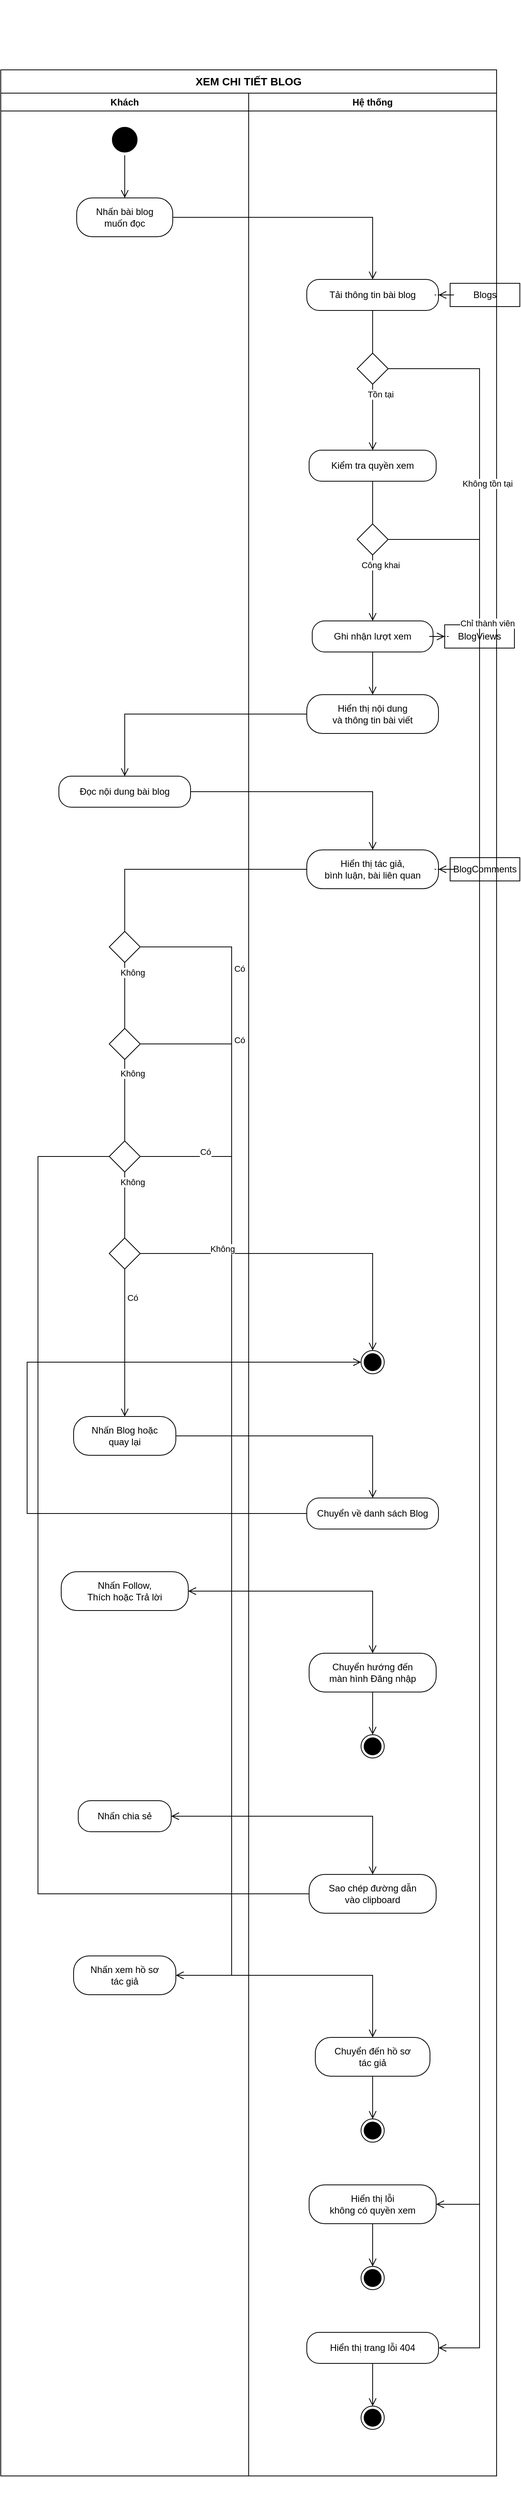
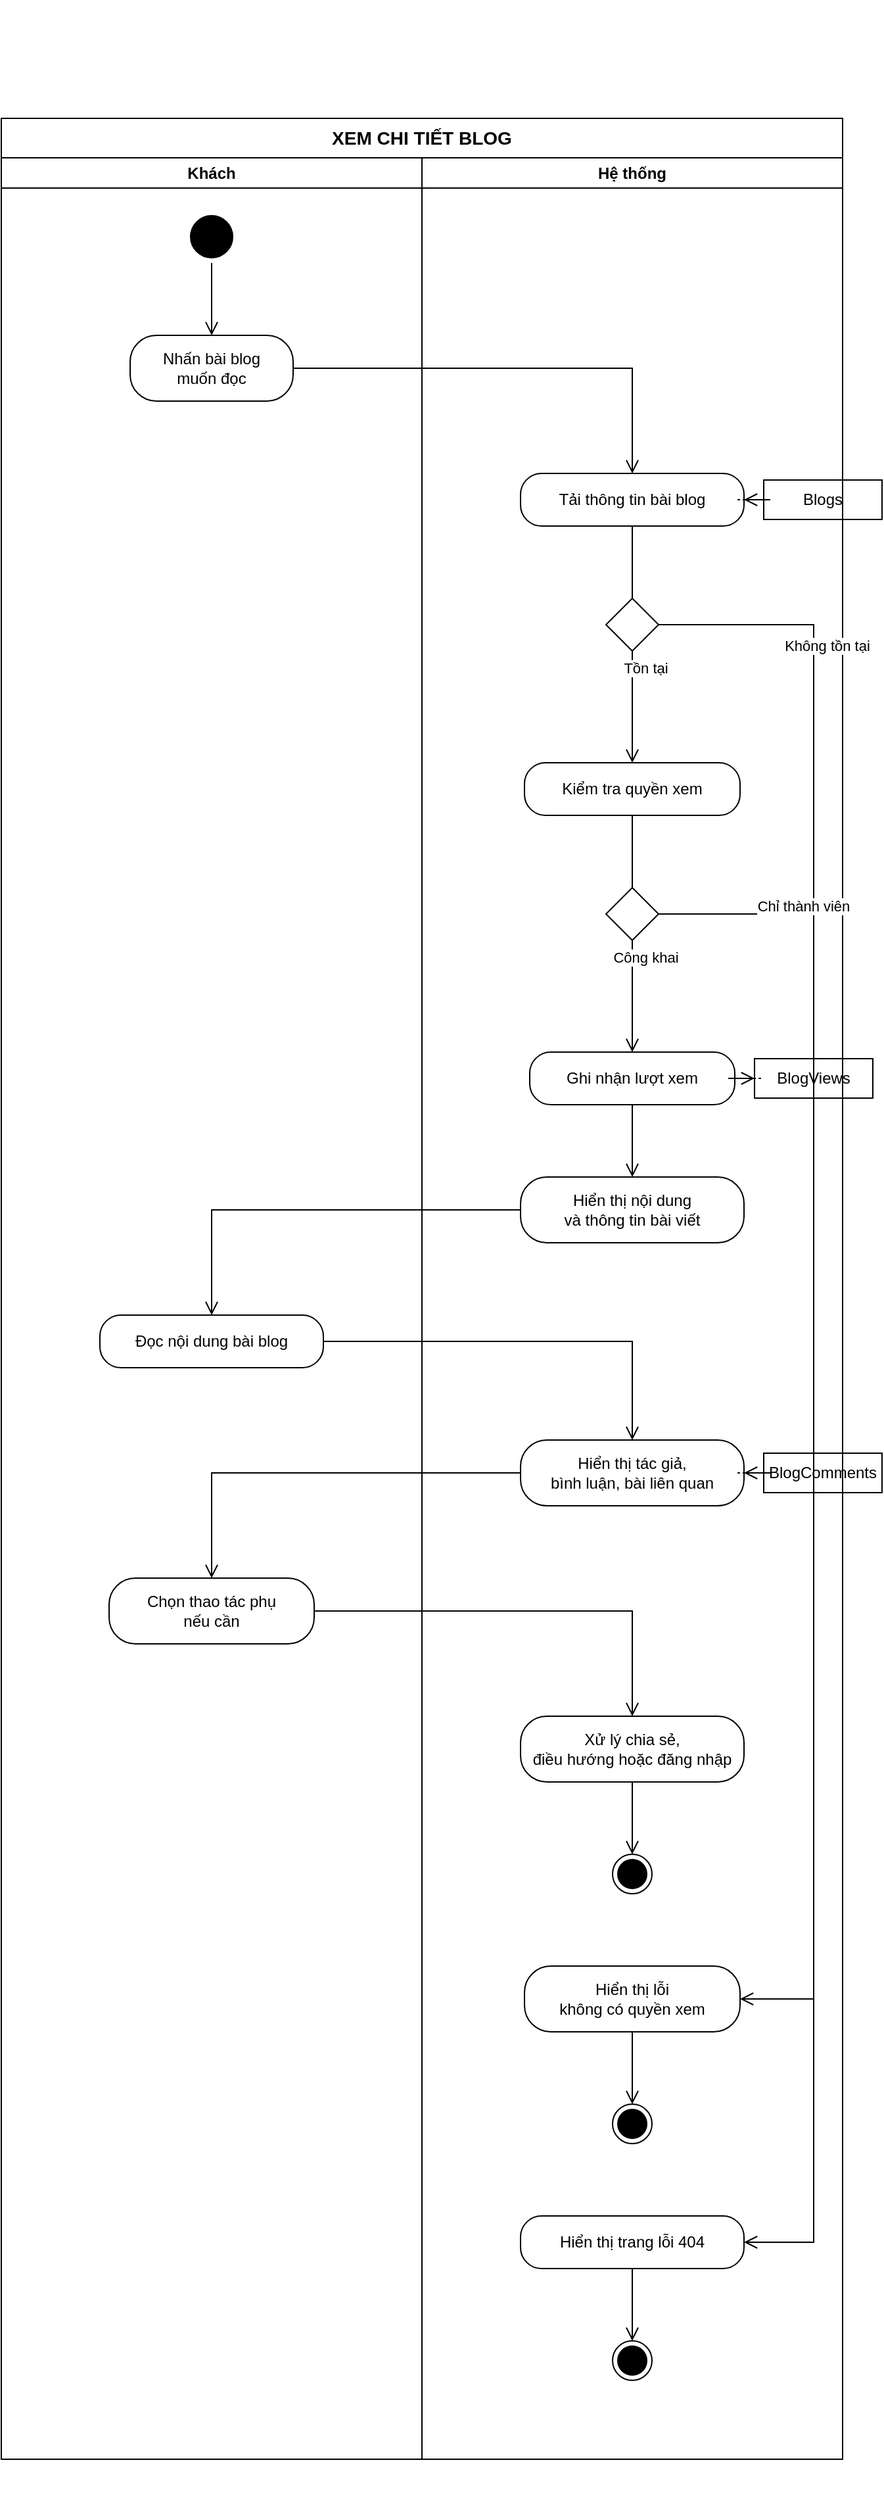
<?xml version="1.0" encoding="UTF-8"?>
<mxfile host="app.diagrams.net">
  <diagram name="Trang-1" id="activity-diagram">
-     <mxGraphModel dx="1557" dy="1018" grid="1" gridSize="10" guides="1" tooltips="1" connect="1" arrows="1" fold="1" page="1" pageScale="1" pageWidth="865" pageHeight="3310" background="#FFFFFF" math="0" shadow="0">
+     <mxGraphModel dx="1557" dy="1018" grid="1" gridSize="10" guides="1" tooltips="1" connect="1" arrows="1" fold="1" page="1" pageScale="1" pageWidth="865" pageHeight="1990" background="#FFFFFF" math="0" shadow="0">
      <root>
        <mxCell id="0" />
        <mxCell id="1" parent="0" />
-         <mxCell id="2" connectable="0" parent="1" style="group" value="" vertex="1"><mxGeometry x="105" y="30" width="640" height="3220" as="geometry"></mxGeometry></mxCell>
+         <mxCell id="2" connectable="0" parent="1" style="group" value="" vertex="1"><mxGeometry x="105" y="30" width="640" height="1900" as="geometry"></mxGeometry></mxCell>
        <mxCell id="3" parent="1" style="rounded=0;whiteSpace=wrap;html=1;fillColor=none;fontStyle=1;fontSize=14;" value="XEM CHI TIẾT BLOG" vertex="1"><mxGeometry x="105" y="120" width="640" height="30" as="geometry"></mxGeometry></mxCell>
-         <mxCell id="4" parent="2" style="swimlane;whiteSpace=wrap;html=1;fillColor=none;" value="Khách" vertex="1"><mxGeometry x="0" y="120" width="320" height="3070" as="geometry"></mxGeometry></mxCell>
-         <mxCell id="5" parent="2" style="swimlane;whiteSpace=wrap;html=1;fillColor=none;" value="Hệ thống" vertex="1"><mxGeometry x="320" y="120" width="320" height="3070" as="geometry"></mxGeometry></mxCell>
+         <mxCell id="4" parent="2" style="swimlane;whiteSpace=wrap;html=1;fillColor=none;" value="Khách" vertex="1"><mxGeometry x="0" y="120" width="320" height="1750" as="geometry"></mxGeometry></mxCell>
+         <mxCell id="5" parent="2" style="swimlane;whiteSpace=wrap;html=1;fillColor=none;" value="Hệ thống" vertex="1"><mxGeometry x="320" y="120" width="320" height="1750" as="geometry"></mxGeometry></mxCell>
        <mxCell id="6" parent="4" style="ellipse;html=1;shape=startState;fillColor=#000000;strokeColor=#000000;" value="" vertex="1"><mxGeometry x="140" y="40" width="40" height="40" as="geometry"></mxGeometry></mxCell>
        <mxCell id="7" parent="4" style="rounded=1;whiteSpace=wrap;html=1;arcSize=40;fillColor=none;" value="Nhấn bài blog&lt;div&gt;muốn đọc&lt;/div&gt;" vertex="1"><mxGeometry x="98" y="135" width="124" height="50" as="geometry"></mxGeometry></mxCell>
        <mxCell id="8" parent="5" style="rounded=1;whiteSpace=wrap;html=1;arcSize=40;fillColor=none;" value="Tải thông tin bài blog" vertex="1"><mxGeometry x="75" y="240" width="170" height="40" as="geometry"></mxGeometry></mxCell>
        <mxCell id="9" parent="5" style="rhombus;whiteSpace=wrap;html=1;fillColor=none;" value="" vertex="1"><mxGeometry x="140" y="335" width="40" height="40" as="geometry"></mxGeometry></mxCell>
-         <mxCell id="10" parent="5" style="rounded=1;whiteSpace=wrap;html=1;arcSize=40;fillColor=none;" value="Hiển thị trang lỗi 404" vertex="1"><mxGeometry x="75" y="2885" width="170" height="40" as="geometry"></mxGeometry></mxCell>
-         <mxCell id="11" parent="5" style="ellipse;html=1;shape=endState;fillColor=#000000;" value="" vertex="1"><mxGeometry x="145" y="2980" width="30" height="30" as="geometry"></mxGeometry></mxCell>
+         <mxCell id="10" parent="5" style="rounded=1;whiteSpace=wrap;html=1;arcSize=40;fillColor=none;" value="Hiển thị trang lỗi 404" vertex="1"><mxGeometry x="75" y="1565" width="170" height="40" as="geometry"></mxGeometry></mxCell>
+         <mxCell id="11" parent="5" style="ellipse;html=1;shape=endState;fillColor=#000000;" value="" vertex="1"><mxGeometry x="145" y="1660" width="30" height="30" as="geometry"></mxGeometry></mxCell>
        <mxCell id="12" parent="5" style="rounded=1;whiteSpace=wrap;html=1;arcSize=40;fillColor=none;" value="Kiểm tra quyền xem" vertex="1"><mxGeometry x="78" y="460" width="164" height="40" as="geometry"></mxGeometry></mxCell>
        <mxCell id="13" parent="5" style="rhombus;whiteSpace=wrap;html=1;fillColor=none;" value="" vertex="1"><mxGeometry x="140" y="555" width="40" height="40" as="geometry"></mxGeometry></mxCell>
-         <mxCell id="14" parent="5" style="rounded=1;whiteSpace=wrap;html=1;arcSize=40;fillColor=none;" value="Hiển thị lỗi&lt;div&gt;không có quyền xem&lt;/div&gt;" vertex="1"><mxGeometry x="78" y="2695" width="164" height="50" as="geometry"></mxGeometry></mxCell>
-         <mxCell id="15" parent="5" style="ellipse;html=1;shape=endState;fillColor=#000000;" value="" vertex="1"><mxGeometry x="145" y="2800" width="30" height="30" as="geometry"></mxGeometry></mxCell>
+         <mxCell id="14" parent="5" style="rounded=1;whiteSpace=wrap;html=1;arcSize=40;fillColor=none;" value="Hiển thị lỗi&lt;div&gt;không có quyền xem&lt;/div&gt;" vertex="1"><mxGeometry x="78" y="1375" width="164" height="50" as="geometry"></mxGeometry></mxCell>
+         <mxCell id="15" parent="5" style="ellipse;html=1;shape=endState;fillColor=#000000;" value="" vertex="1"><mxGeometry x="145" y="1480" width="30" height="30" as="geometry"></mxGeometry></mxCell>
        <mxCell id="16" parent="5" style="rounded=1;whiteSpace=wrap;html=1;arcSize=40;fillColor=none;" value="Ghi nhận lượt xem" vertex="1"><mxGeometry x="82" y="680" width="156" height="40" as="geometry"></mxGeometry></mxCell>
        <mxCell id="17" parent="5" style="rounded=1;whiteSpace=wrap;html=1;arcSize=40;fillColor=none;" value="Hiển thị nội dung&lt;div&gt;và thông tin bài viết&lt;/div&gt;" vertex="1"><mxGeometry x="75" y="775" width="170" height="50" as="geometry"></mxGeometry></mxCell>
        <mxCell id="18" parent="4" style="rounded=1;whiteSpace=wrap;html=1;arcSize=40;fillColor=none;" value="Đọc nội dung bài blog" vertex="1"><mxGeometry x="75" y="880" width="170" height="40" as="geometry"></mxGeometry></mxCell>
        <mxCell id="19" parent="5" style="rounded=1;whiteSpace=wrap;html=1;arcSize=40;fillColor=none;" value="Hiển thị tác giả,&lt;div&gt;bình luận, bài liên quan&lt;/div&gt;" vertex="1"><mxGeometry x="75" y="975" width="170" height="50" as="geometry"></mxGeometry></mxCell>
-         <mxCell id="20" parent="4" style="rhombus;whiteSpace=wrap;html=1;fillColor=none;" value="" vertex="1"><mxGeometry x="140" y="1080" width="40" height="40" as="geometry"></mxGeometry></mxCell>
-         <mxCell id="21" parent="4" style="rounded=1;whiteSpace=wrap;html=1;arcSize=40;fillColor=none;" value="Nhấn xem hồ sơ&lt;div&gt;tác giả&lt;/div&gt;" vertex="1"><mxGeometry x="94" y="2400" width="132" height="50" as="geometry"></mxGeometry></mxCell>
-         <mxCell id="22" parent="5" style="rounded=1;whiteSpace=wrap;html=1;arcSize=40;fillColor=none;" value="Chuyển đến hồ sơ&lt;div&gt;tác giả&lt;/div&gt;" vertex="1"><mxGeometry x="86" y="2505" width="148" height="50" as="geometry"></mxGeometry></mxCell>
-         <mxCell id="23" parent="5" style="ellipse;html=1;shape=endState;fillColor=#000000;" value="" vertex="1"><mxGeometry x="145" y="2610" width="30" height="30" as="geometry"></mxGeometry></mxCell>
-         <mxCell id="24" parent="4" style="rhombus;whiteSpace=wrap;html=1;fillColor=none;" value="" vertex="1"><mxGeometry x="140" y="1205" width="40" height="40" as="geometry"></mxGeometry></mxCell>
-         <mxCell id="25" parent="4" style="rounded=1;whiteSpace=wrap;html=1;arcSize=40;fillColor=none;" value="Nhấn chia sẻ" vertex="1"><mxGeometry x="100" y="2200" width="120" height="40" as="geometry"></mxGeometry></mxCell>
-         <mxCell id="26" parent="5" style="rounded=1;whiteSpace=wrap;html=1;arcSize=40;fillColor=none;" value="Sao chép đường dẫn&lt;div&gt;vào clipboard&lt;/div&gt;" vertex="1"><mxGeometry x="78" y="2295" width="164" height="50" as="geometry"></mxGeometry></mxCell>
-         <mxCell id="27" parent="4" style="rhombus;whiteSpace=wrap;html=1;fillColor=none;" value="" vertex="1"><mxGeometry x="140" y="1350" width="40" height="40" as="geometry"></mxGeometry></mxCell>
-         <mxCell id="28" parent="4" style="rounded=1;whiteSpace=wrap;html=1;arcSize=40;fillColor=none;" value="Nhấn Follow,&lt;div&gt;Thích hoặc Trả lời&lt;/div&gt;" vertex="1"><mxGeometry x="78" y="1905" width="164" height="50" as="geometry"></mxGeometry></mxCell>
-         <mxCell id="29" parent="5" style="rounded=1;whiteSpace=wrap;html=1;arcSize=40;fillColor=none;" value="Chuyển hướng đến&lt;div&gt;màn hình Đăng nhập&lt;/div&gt;" vertex="1"><mxGeometry x="78" y="2010" width="164" height="50" as="geometry"></mxGeometry></mxCell>
-         <mxCell id="30" parent="5" style="ellipse;html=1;shape=endState;fillColor=#000000;" value="" vertex="1"><mxGeometry x="145" y="2115" width="30" height="30" as="geometry"></mxGeometry></mxCell>
-         <mxCell id="31" parent="4" style="rhombus;whiteSpace=wrap;html=1;fillColor=none;" value="" vertex="1"><mxGeometry x="140" y="1475" width="40" height="40" as="geometry"></mxGeometry></mxCell>
-         <mxCell id="32" parent="4" style="rounded=1;whiteSpace=wrap;html=1;arcSize=40;fillColor=none;" value="Nhấn Blog hoặc&lt;div&gt;quay lại&lt;/div&gt;" vertex="1"><mxGeometry x="94" y="1705" width="132" height="50" as="geometry"></mxGeometry></mxCell>
-         <mxCell id="33" parent="5" style="rounded=1;whiteSpace=wrap;html=1;arcSize=40;fillColor=none;" value="Chuyển về danh sách Blog" vertex="1"><mxGeometry x="75" y="1810" width="170" height="40" as="geometry"></mxGeometry></mxCell>
-         <mxCell id="34" parent="5" style="ellipse;html=1;shape=endState;fillColor=#000000;" value="" vertex="1"><mxGeometry x="145" y="1620" width="30" height="30" as="geometry"></mxGeometry></mxCell>
-         <mxCell id="35" parent="5" style="html=1;whiteSpace=wrap;fillColor=none;" value="Blogs" vertex="1"><mxGeometry x="260" y="245" width="90" height="30" as="geometry"></mxGeometry></mxCell>
-         <mxCell id="36" parent="5" style="html=1;whiteSpace=wrap;fillColor=none;" value="BlogViews" vertex="1"><mxGeometry x="253" y="685" width="90" height="30" as="geometry"></mxGeometry></mxCell>
-         <mxCell id="37" parent="5" style="html=1;whiteSpace=wrap;fillColor=none;" value="BlogComments" vertex="1"><mxGeometry x="260" y="985" width="90" height="30" as="geometry"></mxGeometry></mxCell>
-         <mxCell id="38" parent="4" style="edgeStyle=orthogonalEdgeStyle;rounded=0;orthogonalLoop=1;jettySize=auto;html=1;endArrow=open;endFill=0;endSize=8;" edge="1" source="6" target="7" value=""><mxGeometry relative="1" as="geometry"></mxGeometry></mxCell>
-         <mxCell id="39" parent="2" style="edgeStyle=orthogonalEdgeStyle;rounded=0;orthogonalLoop=1;jettySize=auto;html=1;endArrow=open;endFill=0;endSize=8;" edge="1" source="7" target="8" value=""><mxGeometry relative="1" as="geometry"></mxGeometry></mxCell>
-         <mxCell id="40" parent="5" style="edgeStyle=orthogonalEdgeStyle;rounded=0;orthogonalLoop=1;jettySize=auto;html=1;endArrow=open;endFill=0;endSize=8;dashed=1;" edge="1" source="35" target="8" value=""><mxGeometry relative="1" as="geometry"></mxGeometry></mxCell>
-         <mxCell id="41" parent="5" style="edgeStyle=orthogonalEdgeStyle;rounded=0;orthogonalLoop=1;jettySize=auto;html=1;endArrow=none;endFill=0;endSize=8;" edge="1" source="8" target="9" value=""><mxGeometry relative="1" as="geometry"></mxGeometry></mxCell>
-         <mxCell id="42" parent="5" style="edgeStyle=orthogonalEdgeStyle;rounded=0;orthogonalLoop=1;jettySize=auto;html=1;endArrow=open;endFill=0;endSize=8;" edge="1" source="9" target="12" value=""><mxGeometry relative="1" as="geometry"></mxGeometry></mxCell>
-         <mxCell id="43" connectable="0" parent="42" style="edgeLabel;html=1;align=center;verticalAlign=middle;resizable=0;points=[];" value="Tồn tại" vertex="1"><mxGeometry relative="1" x="-0.55" as="geometry"><mxPoint x="10" y="-6" as="offset" /></mxGeometry></mxCell>
-         <mxCell id="44" parent="2" style="edgeStyle=orthogonalEdgeStyle;rounded=0;orthogonalLoop=1;jettySize=auto;html=1;endArrow=open;endFill=0;endSize=8;exitX=1;exitY=0.5;exitDx=0;exitDy=0;entryX=1;entryY=0.5;entryDx=0;entryDy=0;" edge="1" source="9" target="10" value=""><mxGeometry relative="1" as="geometry"><Array as="points"><mxPoint x="618" y="475" /><mxPoint x="618" y="3025" /></Array></mxGeometry></mxCell>
-         <mxCell id="45" connectable="0" parent="44" style="edgeLabel;html=1;align=center;verticalAlign=middle;resizable=0;points=[];" value="Không tồn tại" vertex="1"><mxGeometry relative="1" x="-0.8" as="geometry"><mxPoint x="10" y="-6" as="offset" /></mxGeometry></mxCell>
-         <mxCell id="46" parent="5" style="edgeStyle=orthogonalEdgeStyle;rounded=0;orthogonalLoop=1;jettySize=auto;html=1;endArrow=open;endFill=0;endSize=8;" edge="1" source="10" target="11" value=""><mxGeometry relative="1" as="geometry"></mxGeometry></mxCell>
-         <mxCell id="47" parent="5" style="edgeStyle=orthogonalEdgeStyle;rounded=0;orthogonalLoop=1;jettySize=auto;html=1;endArrow=none;endFill=0;endSize=8;" edge="1" source="12" target="13" value=""><mxGeometry relative="1" as="geometry"></mxGeometry></mxCell>
-         <mxCell id="48" parent="5" style="edgeStyle=orthogonalEdgeStyle;rounded=0;orthogonalLoop=1;jettySize=auto;html=1;endArrow=open;endFill=0;endSize=8;" edge="1" source="13" target="16" value=""><mxGeometry relative="1" as="geometry"></mxGeometry></mxCell>
-         <mxCell id="49" connectable="0" parent="48" style="edgeLabel;html=1;align=center;verticalAlign=middle;resizable=0;points=[];" value="Công khai" vertex="1"><mxGeometry relative="1" x="-0.55" as="geometry"><mxPoint x="10" y="-6" as="offset" /></mxGeometry></mxCell>
-         <mxCell id="50" parent="2" style="edgeStyle=orthogonalEdgeStyle;rounded=0;orthogonalLoop=1;jettySize=auto;html=1;endArrow=open;endFill=0;endSize=8;exitX=1;exitY=0.5;exitDx=0;exitDy=0;entryX=1;entryY=0.5;entryDx=0;entryDy=0;" edge="1" source="13" target="14" value=""><mxGeometry relative="1" as="geometry"><Array as="points"><mxPoint x="618" y="695" /><mxPoint x="618" y="2840" /></Array></mxGeometry></mxCell>
-         <mxCell id="51" connectable="0" parent="50" style="edgeLabel;html=1;align=center;verticalAlign=middle;resizable=0;points=[];" value="Chỉ thành viên" vertex="1"><mxGeometry relative="1" x="-0.8" as="geometry"><mxPoint x="10" y="-6" as="offset" /></mxGeometry></mxCell>
-         <mxCell id="52" parent="5" style="edgeStyle=orthogonalEdgeStyle;rounded=0;orthogonalLoop=1;jettySize=auto;html=1;endArrow=open;endFill=0;endSize=8;" edge="1" source="14" target="15" value=""><mxGeometry relative="1" as="geometry"></mxGeometry></mxCell>
-         <mxCell id="53" parent="5" style="edgeStyle=orthogonalEdgeStyle;rounded=0;orthogonalLoop=1;jettySize=auto;html=1;endArrow=open;endFill=0;endSize=8;dashed=1;" edge="1" source="16" target="36" value=""><mxGeometry relative="1" as="geometry"></mxGeometry></mxCell>
-         <mxCell id="54" parent="5" style="edgeStyle=orthogonalEdgeStyle;rounded=0;orthogonalLoop=1;jettySize=auto;html=1;endArrow=open;endFill=0;endSize=8;" edge="1" source="16" target="17" value=""><mxGeometry relative="1" as="geometry"></mxGeometry></mxCell>
-         <mxCell id="55" parent="2" style="edgeStyle=orthogonalEdgeStyle;rounded=0;orthogonalLoop=1;jettySize=auto;html=1;endArrow=open;endFill=0;endSize=8;" edge="1" source="17" target="18" value=""><mxGeometry relative="1" as="geometry"></mxGeometry></mxCell>
-         <mxCell id="56" parent="2" style="edgeStyle=orthogonalEdgeStyle;rounded=0;orthogonalLoop=1;jettySize=auto;html=1;endArrow=open;endFill=0;endSize=8;" edge="1" source="18" target="19" value=""><mxGeometry relative="1" as="geometry"></mxGeometry></mxCell>
-         <mxCell id="57" parent="5" style="edgeStyle=orthogonalEdgeStyle;rounded=0;orthogonalLoop=1;jettySize=auto;html=1;endArrow=open;endFill=0;endSize=8;dashed=1;" edge="1" source="37" target="19" value=""><mxGeometry relative="1" as="geometry"></mxGeometry></mxCell>
-         <mxCell id="58" parent="2" style="edgeStyle=orthogonalEdgeStyle;rounded=0;orthogonalLoop=1;jettySize=auto;html=1;endArrow=none;endFill=0;endSize=8;" edge="1" source="19" target="20" value=""><mxGeometry relative="1" as="geometry"></mxGeometry></mxCell>
-         <mxCell id="59" parent="2" style="edgeStyle=orthogonalEdgeStyle;rounded=0;orthogonalLoop=1;jettySize=auto;html=1;endArrow=open;endFill=0;endSize=8;exitX=1;exitY=0.5;exitDx=0;exitDy=0;entryX=1;entryY=0.5;entryDx=0;entryDy=0;" edge="1" source="20" target="21" value=""><mxGeometry relative="1" as="geometry"><Array as="points"><mxPoint x="298" y="1220" /><mxPoint x="298" y="2545" /></Array></mxGeometry></mxCell>
-         <mxCell id="60" connectable="0" parent="59" style="edgeLabel;html=1;align=center;verticalAlign=middle;resizable=0;points=[];" value="Có" vertex="1"><mxGeometry relative="1" x="-0.8" as="geometry"><mxPoint x="10" y="-6" as="offset" /></mxGeometry></mxCell>
-         <mxCell id="61" parent="4" style="edgeStyle=orthogonalEdgeStyle;rounded=0;orthogonalLoop=1;jettySize=auto;html=1;endArrow=none;endFill=0;endSize=8;" edge="1" source="20" target="24" value=""><mxGeometry relative="1" as="geometry"></mxGeometry></mxCell>
-         <mxCell id="62" connectable="0" parent="61" style="edgeLabel;html=1;align=center;verticalAlign=middle;resizable=0;points=[];" value="Không" vertex="1"><mxGeometry relative="1" x="-0.55" as="geometry"><mxPoint x="10" y="-6" as="offset" /></mxGeometry></mxCell>
-         <mxCell id="63" parent="2" style="edgeStyle=orthogonalEdgeStyle;rounded=0;orthogonalLoop=1;jettySize=auto;html=1;endArrow=open;endFill=0;endSize=8;" edge="1" source="21" target="22" value=""><mxGeometry relative="1" as="geometry"></mxGeometry></mxCell>
-         <mxCell id="64" parent="5" style="edgeStyle=orthogonalEdgeStyle;rounded=0;orthogonalLoop=1;jettySize=auto;html=1;endArrow=open;endFill=0;endSize=8;" edge="1" source="22" target="23" value=""><mxGeometry relative="1" as="geometry"></mxGeometry></mxCell>
-         <mxCell id="65" parent="2" style="edgeStyle=orthogonalEdgeStyle;rounded=0;orthogonalLoop=1;jettySize=auto;html=1;endArrow=open;endFill=0;endSize=8;exitX=1;exitY=0.5;exitDx=0;exitDy=0;entryX=1;entryY=0.5;entryDx=0;entryDy=0;" edge="1" source="24" target="25" value=""><mxGeometry relative="1" as="geometry"><Array as="points"><mxPoint x="298" y="1345" /><mxPoint x="298" y="2340" /></Array></mxGeometry></mxCell>
-         <mxCell id="66" connectable="0" parent="65" style="edgeLabel;html=1;align=center;verticalAlign=middle;resizable=0;points=[];" value="Có" vertex="1"><mxGeometry relative="1" x="-0.8" as="geometry"><mxPoint x="10" y="-6" as="offset" /></mxGeometry></mxCell>
-         <mxCell id="67" parent="4" style="edgeStyle=orthogonalEdgeStyle;rounded=0;orthogonalLoop=1;jettySize=auto;html=1;endArrow=none;endFill=0;endSize=8;" edge="1" source="24" target="27" value=""><mxGeometry relative="1" as="geometry"></mxGeometry></mxCell>
-         <mxCell id="68" connectable="0" parent="67" style="edgeLabel;html=1;align=center;verticalAlign=middle;resizable=0;points=[];" value="Không" vertex="1"><mxGeometry relative="1" x="-0.55" as="geometry"><mxPoint x="10" y="-6" as="offset" /></mxGeometry></mxCell>
-         <mxCell id="69" parent="2" style="edgeStyle=orthogonalEdgeStyle;rounded=0;orthogonalLoop=1;jettySize=auto;html=1;endArrow=open;endFill=0;endSize=8;" edge="1" source="25" target="26" value=""><mxGeometry relative="1" as="geometry"></mxGeometry></mxCell>
-         <mxCell id="70" parent="2" style="edgeStyle=orthogonalEdgeStyle;rounded=0;orthogonalLoop=1;jettySize=auto;html=1;endArrow=none;endFill=0;endSize=8;exitX=0;exitY=0.5;exitDx=0;exitDy=0;entryX=0;entryY=0.5;entryDx=0;entryDy=0;" edge="1" source="26" target="27" value=""><mxGeometry relative="1" as="geometry"><Array as="points"><mxPoint x="48" y="2440" /><mxPoint x="48" y="1490" /></Array></mxGeometry></mxCell>
-         <mxCell id="71" parent="2" style="edgeStyle=orthogonalEdgeStyle;rounded=0;orthogonalLoop=1;jettySize=auto;html=1;endArrow=open;endFill=0;endSize=8;exitX=1;exitY=0.5;exitDx=0;exitDy=0;entryX=1;entryY=0.5;entryDx=0;entryDy=0;" edge="1" source="27" target="28" value=""><mxGeometry relative="1" as="geometry"><Array as="points"><mxPoint x="298" y="1490" /><mxPoint x="298" y="2050" /></Array></mxGeometry></mxCell>
-         <mxCell id="72" connectable="0" parent="71" style="edgeLabel;html=1;align=center;verticalAlign=middle;resizable=0;points=[];" value="Có" vertex="1"><mxGeometry relative="1" x="-0.8" as="geometry"><mxPoint x="10" y="-6" as="offset" /></mxGeometry></mxCell>
-         <mxCell id="73" parent="4" style="edgeStyle=orthogonalEdgeStyle;rounded=0;orthogonalLoop=1;jettySize=auto;html=1;endArrow=none;endFill=0;endSize=8;" edge="1" source="27" target="31" value=""><mxGeometry relative="1" as="geometry"></mxGeometry></mxCell>
-         <mxCell id="74" connectable="0" parent="73" style="edgeLabel;html=1;align=center;verticalAlign=middle;resizable=0;points=[];" value="Không" vertex="1"><mxGeometry relative="1" x="-0.55" as="geometry"><mxPoint x="10" y="-6" as="offset" /></mxGeometry></mxCell>
-         <mxCell id="75" parent="2" style="edgeStyle=orthogonalEdgeStyle;rounded=0;orthogonalLoop=1;jettySize=auto;html=1;endArrow=open;endFill=0;endSize=8;" edge="1" source="28" target="29" value=""><mxGeometry relative="1" as="geometry"></mxGeometry></mxCell>
-         <mxCell id="76" parent="5" style="edgeStyle=orthogonalEdgeStyle;rounded=0;orthogonalLoop=1;jettySize=auto;html=1;endArrow=open;endFill=0;endSize=8;" edge="1" source="29" target="30" value=""><mxGeometry relative="1" as="geometry"></mxGeometry></mxCell>
-         <mxCell id="77" parent="4" style="edgeStyle=orthogonalEdgeStyle;rounded=0;orthogonalLoop=1;jettySize=auto;html=1;endArrow=open;endFill=0;endSize=8;" edge="1" source="31" target="32" value=""><mxGeometry relative="1" as="geometry"></mxGeometry></mxCell>
-         <mxCell id="78" connectable="0" parent="77" style="edgeLabel;html=1;align=center;verticalAlign=middle;resizable=0;points=[];" value="Có" vertex="1"><mxGeometry relative="1" x="-0.55" as="geometry"><mxPoint x="10" y="-6" as="offset" /></mxGeometry></mxCell>
-         <mxCell id="79" parent="2" style="edgeStyle=orthogonalEdgeStyle;rounded=0;orthogonalLoop=1;jettySize=auto;html=1;endArrow=open;endFill=0;endSize=8;" edge="1" source="31" target="34" value=""><mxGeometry relative="1" as="geometry"></mxGeometry></mxCell>
-         <mxCell id="80" connectable="0" parent="79" style="edgeLabel;html=1;align=center;verticalAlign=middle;resizable=0;points=[];" value="Không" vertex="1"><mxGeometry relative="1" x="-0.55" as="geometry"><mxPoint x="10" y="-6" as="offset" /></mxGeometry></mxCell>
-         <mxCell id="81" parent="2" style="edgeStyle=orthogonalEdgeStyle;rounded=0;orthogonalLoop=1;jettySize=auto;html=1;endArrow=open;endFill=0;endSize=8;" edge="1" source="32" target="33" value=""><mxGeometry relative="1" as="geometry"></mxGeometry></mxCell>
-         <mxCell id="82" parent="2" style="edgeStyle=orthogonalEdgeStyle;rounded=0;orthogonalLoop=1;jettySize=auto;html=1;endArrow=open;endFill=0;endSize=8;exitX=0;exitY=0.5;exitDx=0;exitDy=0;entryX=0;entryY=0.5;entryDx=0;entryDy=0;" edge="1" source="33" target="34" value=""><mxGeometry relative="1" as="geometry"><Array as="points"><mxPoint x="34" y="1950" /><mxPoint x="34" y="1755" /></Array></mxGeometry></mxCell>
+         <mxCell id="20" parent="4" style="rounded=1;whiteSpace=wrap;html=1;arcSize=40;fillColor=none;" value="Chọn thao tác phụ&lt;div&gt;nếu cần&lt;/div&gt;" vertex="1"><mxGeometry x="82" y="1080" width="156" height="50" as="geometry"></mxGeometry></mxCell>
+         <mxCell id="21" parent="5" style="rounded=1;whiteSpace=wrap;html=1;arcSize=40;fillColor=none;" value="Xử lý chia sẻ,&lt;div&gt;điều hướng hoặc đăng nhập&lt;/div&gt;" vertex="1"><mxGeometry x="75" y="1185" width="170" height="50" as="geometry"></mxGeometry></mxCell>
+         <mxCell id="22" parent="5" style="ellipse;html=1;shape=endState;fillColor=#000000;" value="" vertex="1"><mxGeometry x="145" y="1290" width="30" height="30" as="geometry"></mxGeometry></mxCell>
+         <mxCell id="23" parent="5" style="html=1;whiteSpace=wrap;fillColor=none;" value="Blogs" vertex="1"><mxGeometry x="260" y="245" width="90" height="30" as="geometry"></mxGeometry></mxCell>
+         <mxCell id="24" parent="5" style="html=1;whiteSpace=wrap;fillColor=none;" value="BlogViews" vertex="1"><mxGeometry x="253" y="685" width="90" height="30" as="geometry"></mxGeometry></mxCell>
+         <mxCell id="25" parent="5" style="html=1;whiteSpace=wrap;fillColor=none;" value="BlogComments" vertex="1"><mxGeometry x="260" y="985" width="90" height="30" as="geometry"></mxGeometry></mxCell>
+         <mxCell id="26" parent="4" style="edgeStyle=orthogonalEdgeStyle;rounded=0;orthogonalLoop=1;jettySize=auto;html=1;endArrow=open;endFill=0;endSize=8;" edge="1" source="6" target="7" value=""><mxGeometry relative="1" as="geometry"></mxGeometry></mxCell>
+         <mxCell id="27" parent="2" style="edgeStyle=orthogonalEdgeStyle;rounded=0;orthogonalLoop=1;jettySize=auto;html=1;endArrow=open;endFill=0;endSize=8;" edge="1" source="7" target="8" value=""><mxGeometry relative="1" as="geometry"></mxGeometry></mxCell>
+         <mxCell id="28" parent="5" style="edgeStyle=orthogonalEdgeStyle;rounded=0;orthogonalLoop=1;jettySize=auto;html=1;endArrow=open;endFill=0;endSize=8;dashed=1;" edge="1" source="23" target="8" value=""><mxGeometry relative="1" as="geometry"></mxGeometry></mxCell>
+         <mxCell id="29" parent="5" style="edgeStyle=orthogonalEdgeStyle;rounded=0;orthogonalLoop=1;jettySize=auto;html=1;endArrow=none;endFill=0;endSize=8;" edge="1" source="8" target="9" value=""><mxGeometry relative="1" as="geometry"></mxGeometry></mxCell>
+         <mxCell id="30" parent="5" style="edgeStyle=orthogonalEdgeStyle;rounded=0;orthogonalLoop=1;jettySize=auto;html=1;endArrow=open;endFill=0;endSize=8;" edge="1" source="9" target="12" value=""><mxGeometry relative="1" as="geometry"></mxGeometry></mxCell>
+         <mxCell id="31" connectable="0" parent="30" style="edgeLabel;html=1;align=center;verticalAlign=middle;resizable=0;points=[];" value="Tồn tại" vertex="1"><mxGeometry relative="1" x="-0.55" as="geometry"><mxPoint x="10" y="-6" as="offset" /></mxGeometry></mxCell>
+         <mxCell id="32" parent="2" style="edgeStyle=orthogonalEdgeStyle;rounded=0;orthogonalLoop=1;jettySize=auto;html=1;endArrow=open;endFill=0;endSize=8;exitX=1;exitY=0.5;exitDx=0;exitDy=0;entryX=1;entryY=0.5;entryDx=0;entryDy=0;" edge="1" source="9" target="10" value=""><mxGeometry relative="1" as="geometry"><Array as="points"><mxPoint x="618" y="475" /><mxPoint x="618" y="1705" /></Array></mxGeometry></mxCell>
+         <mxCell id="33" connectable="0" parent="32" style="edgeLabel;html=1;align=center;verticalAlign=middle;resizable=0;points=[];" value="Không tồn tại" vertex="1"><mxGeometry relative="1" x="-0.8" as="geometry"><mxPoint x="10" y="-6" as="offset" /></mxGeometry></mxCell>
+         <mxCell id="34" parent="5" style="edgeStyle=orthogonalEdgeStyle;rounded=0;orthogonalLoop=1;jettySize=auto;html=1;endArrow=open;endFill=0;endSize=8;" edge="1" source="10" target="11" value=""><mxGeometry relative="1" as="geometry"></mxGeometry></mxCell>
+         <mxCell id="35" parent="5" style="edgeStyle=orthogonalEdgeStyle;rounded=0;orthogonalLoop=1;jettySize=auto;html=1;endArrow=none;endFill=0;endSize=8;" edge="1" source="12" target="13" value=""><mxGeometry relative="1" as="geometry"></mxGeometry></mxCell>
+         <mxCell id="36" parent="5" style="edgeStyle=orthogonalEdgeStyle;rounded=0;orthogonalLoop=1;jettySize=auto;html=1;endArrow=open;endFill=0;endSize=8;" edge="1" source="13" target="16" value=""><mxGeometry relative="1" as="geometry"></mxGeometry></mxCell>
+         <mxCell id="37" connectable="0" parent="36" style="edgeLabel;html=1;align=center;verticalAlign=middle;resizable=0;points=[];" value="Công khai" vertex="1"><mxGeometry relative="1" x="-0.55" as="geometry"><mxPoint x="10" y="-6" as="offset" /></mxGeometry></mxCell>
+         <mxCell id="38" parent="2" style="edgeStyle=orthogonalEdgeStyle;rounded=0;orthogonalLoop=1;jettySize=auto;html=1;endArrow=open;endFill=0;endSize=8;exitX=1;exitY=0.5;exitDx=0;exitDy=0;entryX=1;entryY=0.5;entryDx=0;entryDy=0;" edge="1" source="13" target="14" value=""><mxGeometry relative="1" as="geometry"><Array as="points"><mxPoint x="618" y="695" /><mxPoint x="618" y="1520" /></Array></mxGeometry></mxCell>
+         <mxCell id="39" connectable="0" parent="38" style="edgeLabel;html=1;align=center;verticalAlign=middle;resizable=0;points=[];" value="Chỉ thành viên" vertex="1"><mxGeometry relative="1" x="-0.8" as="geometry"><mxPoint x="10" y="-6" as="offset" /></mxGeometry></mxCell>
+         <mxCell id="40" parent="5" style="edgeStyle=orthogonalEdgeStyle;rounded=0;orthogonalLoop=1;jettySize=auto;html=1;endArrow=open;endFill=0;endSize=8;" edge="1" source="14" target="15" value=""><mxGeometry relative="1" as="geometry"></mxGeometry></mxCell>
+         <mxCell id="41" parent="5" style="edgeStyle=orthogonalEdgeStyle;rounded=0;orthogonalLoop=1;jettySize=auto;html=1;endArrow=open;endFill=0;endSize=8;dashed=1;" edge="1" source="16" target="24" value=""><mxGeometry relative="1" as="geometry"></mxGeometry></mxCell>
+         <mxCell id="42" parent="5" style="edgeStyle=orthogonalEdgeStyle;rounded=0;orthogonalLoop=1;jettySize=auto;html=1;endArrow=open;endFill=0;endSize=8;" edge="1" source="16" target="17" value=""><mxGeometry relative="1" as="geometry"></mxGeometry></mxCell>
+         <mxCell id="43" parent="2" style="edgeStyle=orthogonalEdgeStyle;rounded=0;orthogonalLoop=1;jettySize=auto;html=1;endArrow=open;endFill=0;endSize=8;" edge="1" source="17" target="18" value=""><mxGeometry relative="1" as="geometry"></mxGeometry></mxCell>
+         <mxCell id="44" parent="2" style="edgeStyle=orthogonalEdgeStyle;rounded=0;orthogonalLoop=1;jettySize=auto;html=1;endArrow=open;endFill=0;endSize=8;" edge="1" source="18" target="19" value=""><mxGeometry relative="1" as="geometry"></mxGeometry></mxCell>
+         <mxCell id="45" parent="5" style="edgeStyle=orthogonalEdgeStyle;rounded=0;orthogonalLoop=1;jettySize=auto;html=1;endArrow=open;endFill=0;endSize=8;dashed=1;" edge="1" source="25" target="19" value=""><mxGeometry relative="1" as="geometry"></mxGeometry></mxCell>
+         <mxCell id="46" parent="2" style="edgeStyle=orthogonalEdgeStyle;rounded=0;orthogonalLoop=1;jettySize=auto;html=1;endArrow=open;endFill=0;endSize=8;" edge="1" source="19" target="20" value=""><mxGeometry relative="1" as="geometry"></mxGeometry></mxCell>
+         <mxCell id="47" parent="2" style="edgeStyle=orthogonalEdgeStyle;rounded=0;orthogonalLoop=1;jettySize=auto;html=1;endArrow=open;endFill=0;endSize=8;" edge="1" source="20" target="21" value=""><mxGeometry relative="1" as="geometry"></mxGeometry></mxCell>
+         <mxCell id="48" parent="5" style="edgeStyle=orthogonalEdgeStyle;rounded=0;orthogonalLoop=1;jettySize=auto;html=1;endArrow=open;endFill=0;endSize=8;" edge="1" source="21" target="22" value=""><mxGeometry relative="1" as="geometry"></mxGeometry></mxCell>
      </root>
    </mxGraphModel>
  </diagram>
</mxfile>
